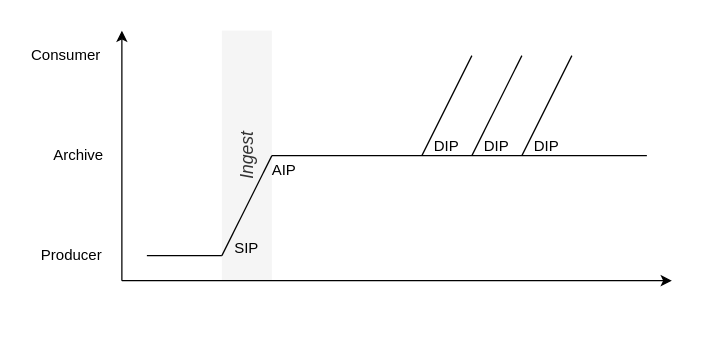
Earlier version of the draw.io diagram assets/spacetime-plots.drawio (anjackson/codex). Source tidied: cells renumbered, new cells numbered last; positions are measured from the earlier drawing's top-left corner, leaving out a move shared by most shapes. Both pictures are drawn from the tidied source at 125%, with x=0, y=0 at pixel (21, 30).
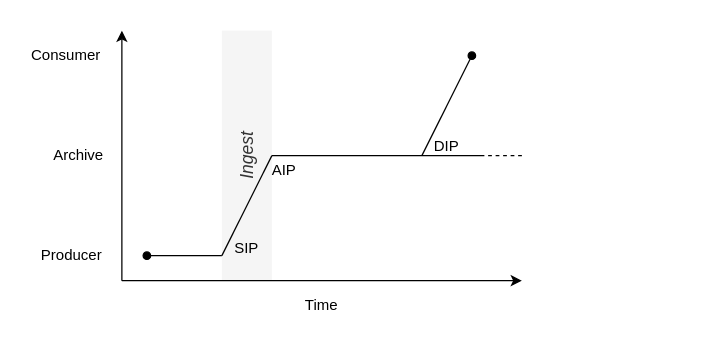
The same page after the edit.

The edit, as a diff of the source:
```diff
@@
     <mxCell id="4" style="endArrow=classic;html=1;" parent="1" edge="1">
       <mxGeometry relative="1" as="geometry">
         <mxPoint x="80" y="200" as="sourcePoint" />
-        <mxPoint x="520" y="200" as="targetPoint" />
+        <mxPoint x="400" y="200" as="targetPoint" />
       </mxGeometry>
     </mxCell>
@@
-    <mxCell id="8" style="endArrow=none;html=1;" parent="1" edge="1">
+    <mxCell id="8" style="endArrow=none;html=1;startArrow=oval;startFill=1;" parent="1" edge="1">
       <mxGeometry relative="1" as="geometry">
         <mxPoint x="100" y="180" as="sourcePoint" />
         <mxPoint x="160" y="180" as="targetPoint" />
       </mxGeometry>
     </mxCell>
@@
     <mxCell id="10" style="endArrow=none;html=1;" parent="1" edge="1">
       <mxGeometry relative="1" as="geometry">
         <mxPoint x="200" y="100" as="sourcePoint" />
-        <mxPoint x="500" y="100" as="targetPoint" />
+        <mxPoint x="370" y="100" as="targetPoint" />
       </mxGeometry>
     </mxCell>
-    <mxCell id="11" style="endArrow=none;html=1;" parent="1" edge="1">
+    <mxCell id="11" style="endArrow=oval;html=1;endFill=1;endSize=6;" parent="1" edge="1">
       <mxGeometry relative="1" as="geometry">
         <mxPoint x="320" y="100" as="sourcePoint" />
         <mxPoint x="360" y="20" as="targetPoint" />
       </mxGeometry>
     </mxCell>
-    <mxCell id="12" style="endArrow=none;html=1;" parent="1" edge="1">
-      <mxGeometry relative="1" as="geometry">
-        <mxPoint x="360" y="100" as="sourcePoint" />
-        <mxPoint x="400" y="20" as="targetPoint" />
-      </mxGeometry>
-    </mxCell>
-    <mxCell id="13" style="endArrow=none;html=1;" parent="1" edge="1">
-      <mxGeometry relative="1" as="geometry">
-        <mxPoint x="400" y="100" as="sourcePoint" />
-        <mxPoint x="440" y="20" as="targetPoint" />
-      </mxGeometry>
-    </mxCell>
@@
-    <mxCell id="17" value="DIP" style="text;html=1;strokeColor=none;fillColor=none;align=center;verticalAlign=middle;whiteSpace=wrap;rounded=0;" parent="1" vertex="1">
-      <mxGeometry x="360" y="83" width="40" height="20" as="geometry" />
-    </mxCell>
-    <mxCell id="18" value="DIP" style="text;html=1;strokeColor=none;fillColor=none;align=center;verticalAlign=middle;whiteSpace=wrap;rounded=0;" parent="1" vertex="1">
-      <mxGeometry x="400" y="83" width="40" height="20" as="geometry" />
-    </mxCell>
+    <mxCell id="19" style="endArrow=none;dashed=1;html=1;" parent="1" edge="1">
+      <mxGeometry relative="1" as="geometry">
+        <mxPoint x="400" y="100" as="sourcePoint" />
+        <mxPoint x="370" y="100" as="targetPoint" />
+      </mxGeometry>
+    </mxCell>
+    <mxCell id="20" value="&lt;div&gt;Time&lt;/div&gt;" style="text;html=1;strokeColor=none;fillColor=none;align=center;verticalAlign=middle;whiteSpace=wrap;rounded=0;" parent="1" vertex="1">
+      <mxGeometry x="220" y="210" width="40" height="20" as="geometry" />
+    </mxCell>
```
